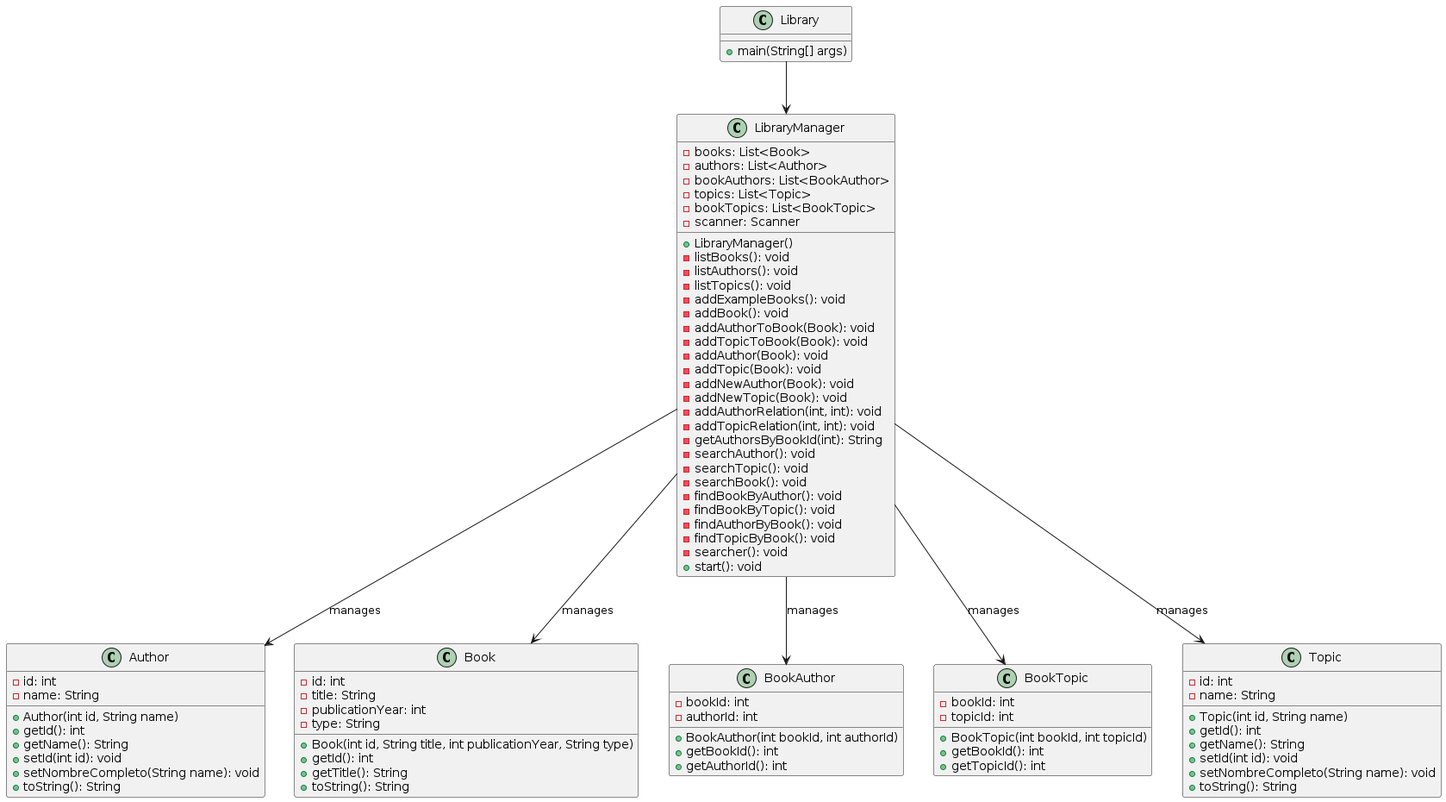
The PlantUML diagram entregas/oteroJorge/reto003/documents/Library.png in mmasias/23-24-eda2-ep, before a commit. The source it was exported from:
```plantuml
@startuml
class Author {
    - id: int
    - name: String

    + Author(int id, String name)
    + getId(): int
    + getName(): String
    + setId(int id): void
    + setNombreCompleto(String name): void
    + toString(): String
}
class Book {
    - id: int
    - title: String
    - publicationYear: int
    - type: String

    + Book(int id, String title, int publicationYear, String type)
    + getId(): int
    + getTitle(): String
    + toString(): String
}
class BookAuthor {
    - bookId: int
    - authorId: int

    + BookAuthor(int bookId, int authorId)
    + getBookId(): int
    + getAuthorId(): int
}
class BookTopic {
    - bookId: int
    - topicId: int

    + BookTopic(int bookId, int topicId)
    + getBookId(): int
    + getTopicId(): int
}
class Library {
    + main(String[] args)
}
class LibraryManager {
    - books: List<Book>
    - authors: List<Author>
    - bookAuthors: List<BookAuthor>
    - topics: List<Topic>
    - bookTopics: List<BookTopic>
    - scanner: Scanner
    + LibraryManager()
    - listBooks(): void
    - listAuthors(): void
    - listTopics(): void
    - addExampleBooks(): void
    - addBook(): void
    - addAuthorToBook(Book): void
    - addTopicToBook(Book): void
    - addAuthor(Book): void
    - addTopic(Book): void
    - addNewAuthor(Book): void
    - addNewTopic(Book): void
    - addAuthorRelation(int, int): void
    - addTopicRelation(int, int): void
    - getAuthorsByBookId(int): String
    - searchAuthor(): void
    - searchTopic(): void
    - searchBook(): void
    - findBookByAuthor(): void
    - findBookByTopic(): void
    - findAuthorByBook(): void
    - findTopicByBook(): void
    - searcher(): void
    + start(): void
}
class Topic {
    - id: int
    - name: String

    + Topic(int id, String name)
    + getId(): int
    + getName(): String
    + setId(int id): void
    + setNombreCompleto(String name): void
    + toString(): String
}


LibraryManager --> Book: manages
LibraryManager --> Author: manages
LibraryManager --> BookAuthor: manages
LibraryManager --> Topic: manages
LibraryManager --> BookTopic: manages
Library --> LibraryManager
@enduml
```
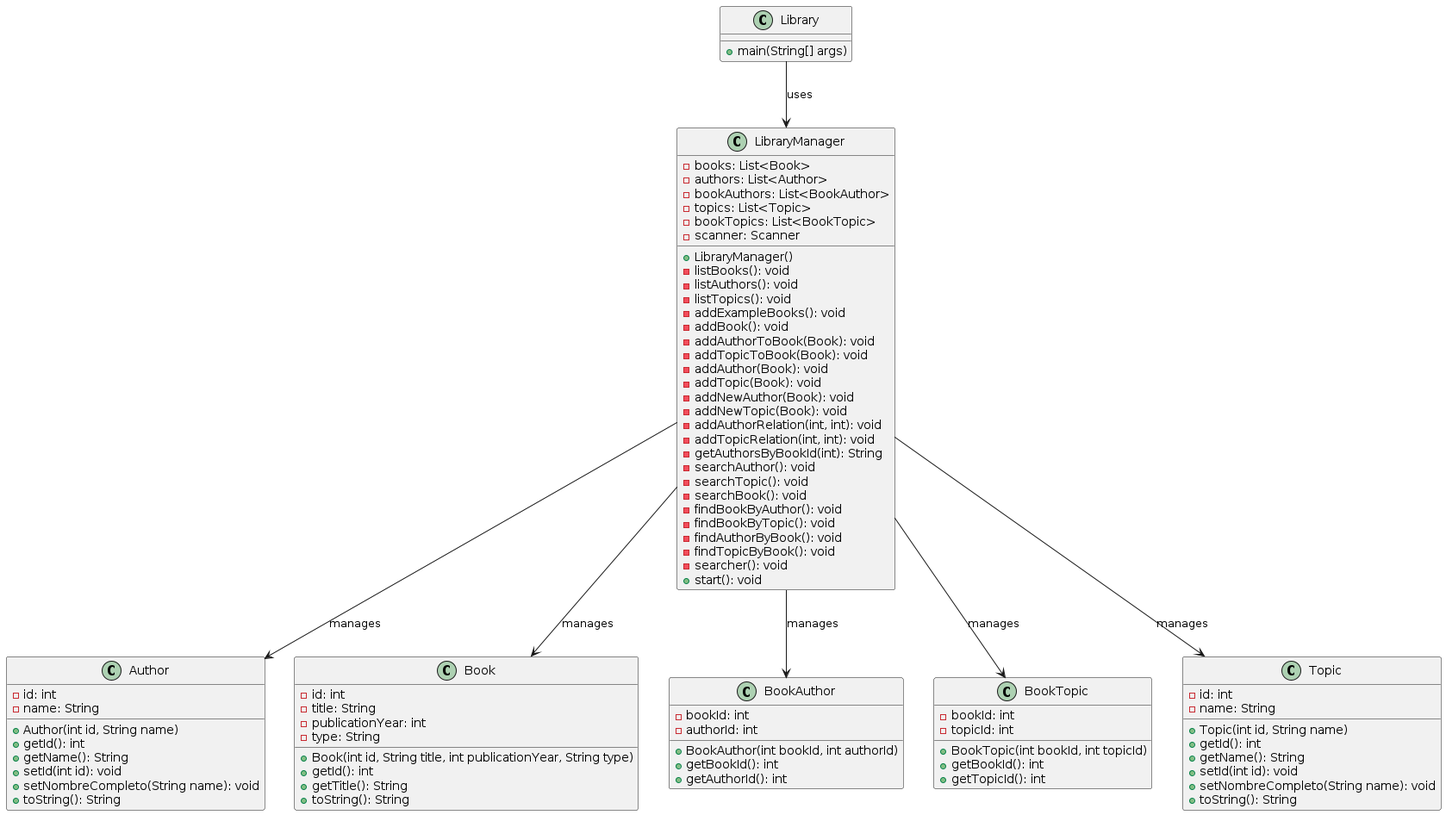
The same file after the commit.

The edit, as a diff of the source:
```diff
@@ -83,12 +83,11 @@
     + setNombreCompleto(String name): void
     + toString(): String
 }
-
+Library --> LibraryManager: uses
 
 LibraryManager --> Book: manages
 LibraryManager --> Author: manages
 LibraryManager --> BookAuthor: manages
 LibraryManager --> Topic: manages
 LibraryManager --> BookTopic: manages
-Library --> LibraryManager
 @enduml
```
